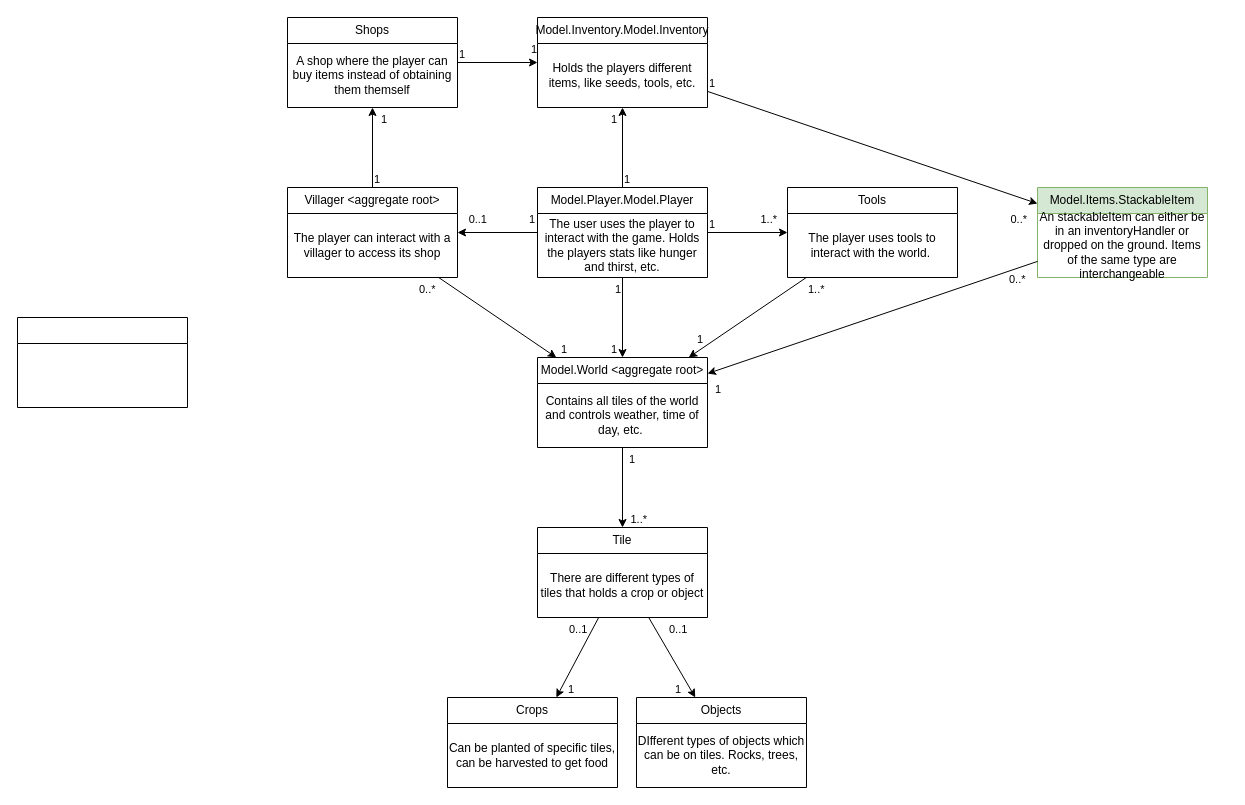
Above: Domainmodel.drawio in ErikFogelstrand/OOPP-eenn (draw.io), before the change. Source tidied: cells renumbered, new cells numbered last; positions are measured from the earlier drawing's top-left corner, leaving out a move shared by most shapes. Both pictures are drawn from the tidied source at 100%, with x=0, y=0 at pixel (17, 17).
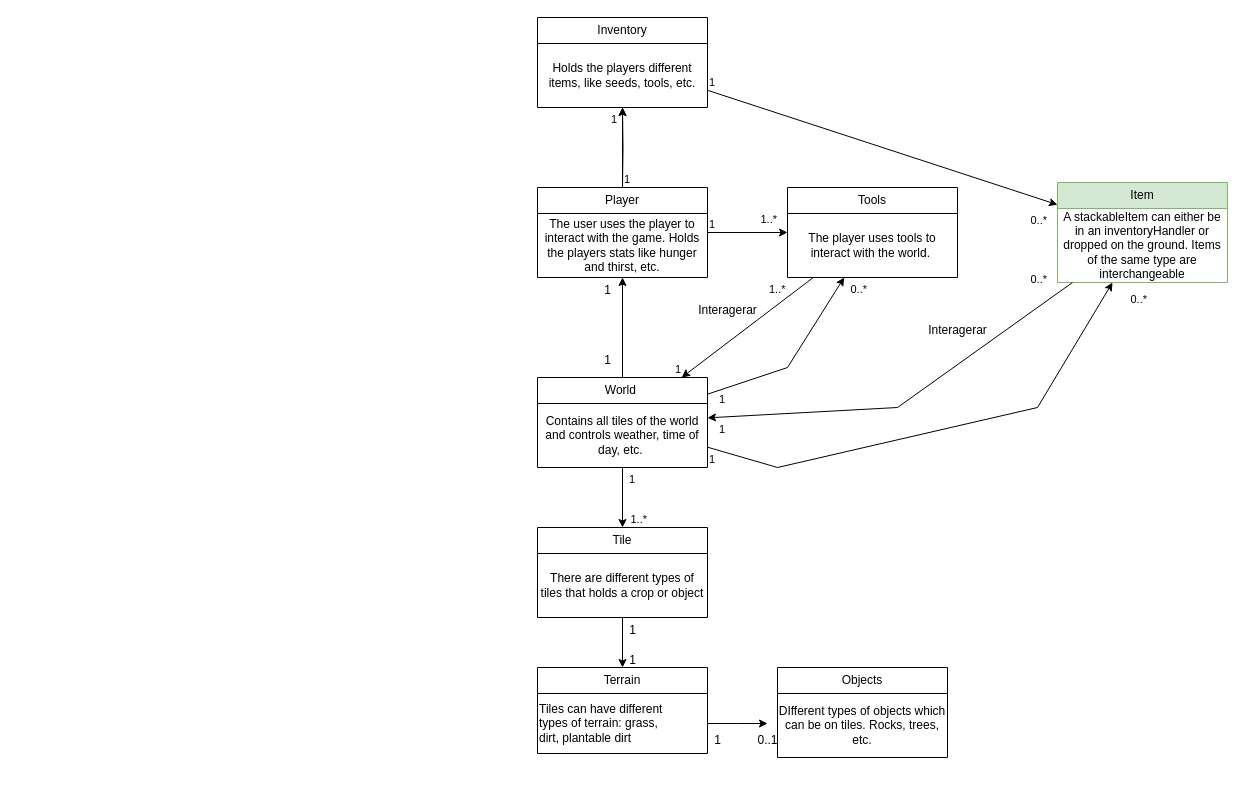
The same page after the edit.

The change refers to these unchanged cells:
```xml
<mxCell id="4" value="The user uses the player to interact with the game. Holds the players stats like hunger and thirst, etc." style="text;html=1;align=center;verticalAlign=middle;whiteSpace=wrap;rounded=0;" parent="3" vertex="1">
  <mxGeometry y="26" width="170" height="64" as="geometry" />
</mxCell>
<mxCell id="6" value="Holds the players different items, like seeds, tools, etc." style="text;html=1;align=center;verticalAlign=middle;whiteSpace=wrap;rounded=0;" parent="5" vertex="1">
  <mxGeometry y="26" width="170" height="64" as="geometry" />
</mxCell>
<mxCell id="9" value="Tile" style="swimlane;fontStyle=0;horizontal=1;startSize=26;fillColor=none;whiteSpace=wrap;html=1;" parent="1" vertex="1">
  <mxGeometry x="520" y="510" width="170" height="90" as="geometry" />
</mxCell>
<mxCell id="10" value="There are different types of tiles that holds a crop or object" style="text;html=1;align=center;verticalAlign=middle;whiteSpace=wrap;rounded=0;" parent="9" vertex="1">
  <mxGeometry y="26" width="170" height="64" as="geometry" />
</mxCell>
<mxCell id="15" value="Tools" style="swimlane;fontStyle=0;horizontal=1;startSize=26;fillColor=none;whiteSpace=wrap;html=1;" parent="1" vertex="1">
  <mxGeometry x="770" y="170" width="170" height="90" as="geometry" />
</mxCell>
```

The edit, as a diff of the source:
```diff
@@
-    <mxCell id="2" style="swimlane;fontStyle=0;horizontal=1;startSize=26;fillColor=none;whiteSpace=wrap;html=1;" parent="1" vertex="1">
-      <mxGeometry y="300" width="170" height="90" as="geometry" />
-    </mxCell>
-    <mxCell id="3" value="Model.Player.Model.Player" style="swimlane;fontStyle=0;horizontal=1;startSize=26;fillColor=none;whiteSpace=wrap;html=1;" parent="1" vertex="1">
+    <mxCell id="3" value="Player" style="swimlane;fontStyle=0;horizontal=1;startSize=26;fillColor=none;whiteSpace=wrap;html=1;" parent="1" vertex="1">
       <mxGeometry x="520" y="170" width="170" height="90" as="geometry" />
     </mxCell>
@@
-    <mxCell id="5" value="Model.Inventory.Model.Inventory" style="swimlane;fontStyle=0;horizontal=1;startSize=26;fillColor=none;whiteSpace=wrap;html=1;" parent="1" vertex="1">
+    <mxCell id="5" value="Inventory" style="swimlane;fontStyle=0;horizontal=1;startSize=26;fillColor=none;whiteSpace=wrap;html=1;" parent="1" vertex="1">
       <mxGeometry x="520" width="170" height="90" as="geometry" />
     </mxCell>
@@
+    <mxCell id="62" style="edgeStyle=orthogonalEdgeStyle;rounded=0;jettySize=auto;html=1;entryX=0.5;entryY=1;entryDx=0;entryDy=0;" parent="1" edge="1" source="7" target="4">
+      <mxGeometry relative="1" as="geometry" />
+    </mxCell>
-    <mxCell id="7" value="Model.World &amp;lt;aggregate root&amp;gt;" style="swimlane;fontStyle=0;horizontal=1;startSize=26;fillColor=none;whiteSpace=wrap;html=1;" parent="1" vertex="1">
-      <mxGeometry x="520" y="340" width="170" height="90" as="geometry" />
+    <mxCell id="7" value="World&amp;nbsp;" style="swimlane;fontStyle=0;horizontal=1;startSize=26;fillColor=none;whiteSpace=wrap;html=1;" parent="1" vertex="1">
+      <mxGeometry x="520" y="360" width="170" height="90" as="geometry" />
     </mxCell>
@@
-    <mxCell id="11" value="Crops" style="swimlane;fontStyle=0;horizontal=1;startSize=26;fillColor=none;whiteSpace=wrap;html=1;" parent="1" vertex="1">
-      <mxGeometry x="430" y="680" width="170" height="90" as="geometry" />
-    </mxCell>
-    <mxCell id="12" value="Can be planted of specific tiles, can be harvested to get food" style="text;html=1;align=center;verticalAlign=middle;whiteSpace=wrap;rounded=0;" parent="11" vertex="1">
-      <mxGeometry y="26" width="170" height="64" as="geometry" />
-    </mxCell>
-    <mxCell id="13" value="Villager &amp;lt;aggregate root&amp;gt;" style="swimlane;fontStyle=0;horizontal=1;startSize=26;fillColor=none;whiteSpace=wrap;html=1;" parent="1" vertex="1">
-      <mxGeometry x="270" y="170" width="170" height="90" as="geometry" />
-    </mxCell>
-    <mxCell id="14" value="The player can interact with a villager to access its shop" style="text;html=1;align=center;verticalAlign=middle;whiteSpace=wrap;rounded=0;" parent="13" vertex="1">
-      <mxGeometry y="26" width="170" height="64" as="geometry" />
-    </mxCell>
@@
-    <mxCell id="17" value="Shops" style="swimlane;fontStyle=0;horizontal=1;startSize=26;fillColor=none;whiteSpace=wrap;html=1;" parent="1" vertex="1">
-      <mxGeometry x="270" width="170" height="90" as="geometry" />
-    </mxCell>
-    <mxCell id="18" value="A shop where the player can buy items instead of obtaining them themself" style="text;html=1;align=center;verticalAlign=middle;whiteSpace=wrap;rounded=0;" parent="17" vertex="1">
-      <mxGeometry y="26" width="170" height="64" as="geometry" />
-    </mxCell>
     <mxCell id="19" value="Objects" style="swimlane;fontStyle=0;horizontal=1;startSize=26;fillColor=none;whiteSpace=wrap;html=1;" parent="1" vertex="1">
-      <mxGeometry x="619" y="680" width="170" height="90" as="geometry" />
+      <mxGeometry x="760" y="650" width="170" height="90" as="geometry" />
     </mxCell>
@@
-    <mxCell id="24" style="endArrow=classic;html=1;rounded=0;" parent="1" edge="1" source="9" target="11">
-      <mxGeometry relative="1" as="geometry" />
-    </mxCell>
-    <mxCell id="25" value="0..1" style="edgeLabel;html=1;align=left;verticalAlign=bottom;" parent="24" vertex="1">
-      <mxGeometry x="-1" relative="1" as="geometry">
-        <mxPoint x="-31" y="20" as="offset" />
-      </mxGeometry>
-    </mxCell>
-    <mxCell id="26" value="1" style="edgeLabel;html=1;align=right;verticalAlign=bottom;" parent="24" vertex="1">
-      <mxGeometry x="1" relative="1" as="geometry">
-        <mxPoint x="18" as="offset" />
-      </mxGeometry>
-    </mxCell>
-    <mxCell id="27" style="endArrow=classic;html=1;rounded=0;" parent="1" edge="1" source="9" target="19">
-      <mxGeometry relative="1" as="geometry" />
-    </mxCell>
-    <mxCell id="28" value="0..1" style="edgeLabel;html=1;align=left;verticalAlign=bottom;" parent="27" vertex="1">
-      <mxGeometry x="-1" relative="1" as="geometry">
-        <mxPoint x="19" y="20" as="offset" />
-      </mxGeometry>
-    </mxCell>
-    <mxCell id="29" value="1" style="edgeLabel;html=1;align=right;verticalAlign=bottom;" parent="27" vertex="1">
-      <mxGeometry x="1" relative="1" as="geometry">
-        <mxPoint x="-14" as="offset" />
-      </mxGeometry>
-    </mxCell>
-    <mxCell id="30" style="endArrow=classic;html=1;rounded=0;" parent="1" edge="1" source="15" target="7">
-      <mxGeometry relative="1" as="geometry" />
-    </mxCell>
-    <mxCell id="31" value="1..*" style="edgeLabel;html=1;align=left;verticalAlign=bottom;" parent="30" vertex="1">
-      <mxGeometry x="-1" relative="1" as="geometry">
-        <mxPoint y="20" as="offset" />
-      </mxGeometry>
-    </mxCell>
-    <mxCell id="32" value="1" style="edgeLabel;html=1;align=right;verticalAlign=bottom;" parent="30" vertex="1">
-      <mxGeometry x="1" relative="1" as="geometry">
-        <mxPoint x="15" y="-10" as="offset" />
-      </mxGeometry>
-    </mxCell>
-    <mxCell id="33" style="endArrow=classic;html=1;rounded=0;" parent="1" edge="1" source="3" target="7">
-      <mxGeometry relative="1" as="geometry" />
-    </mxCell>
-    <mxCell id="34" value="1" style="edgeLabel;html=1;align=left;verticalAlign=bottom;" parent="33" vertex="1">
-      <mxGeometry x="-1" relative="1" as="geometry">
-        <mxPoint x="-9" y="20" as="offset" />
-      </mxGeometry>
-    </mxCell>
-    <mxCell id="35" value="1" style="edgeLabel;html=1;align=right;verticalAlign=bottom;" parent="33" vertex="1">
-      <mxGeometry x="1" relative="1" as="geometry">
-        <mxPoint x="-5" as="offset" />
-      </mxGeometry>
-    </mxCell>
@@
-    <mxCell id="39" style="endArrow=classic;html=1;rounded=0;" parent="1" edge="1" source="13" target="7">
-      <mxGeometry relative="1" as="geometry" />
-    </mxCell>
-    <mxCell id="40" value="0..*" style="edgeLabel;html=1;align=left;verticalAlign=bottom;" parent="39" vertex="1">
-      <mxGeometry x="-1" relative="1" as="geometry">
-        <mxPoint x="-21" y="20" as="offset" />
-      </mxGeometry>
-    </mxCell>
-    <mxCell id="41" value="1" style="edgeLabel;html=1;align=right;verticalAlign=bottom;" parent="39" vertex="1">
-      <mxGeometry x="1" relative="1" as="geometry">
-        <mxPoint x="11" as="offset" />
-      </mxGeometry>
-    </mxCell>
-    <mxCell id="42" style="endArrow=classic;html=1;rounded=0;" parent="1" edge="1" source="13" target="17">
-      <mxGeometry relative="1" as="geometry" />
-    </mxCell>
-    <mxCell id="43" value="1" style="edgeLabel;html=1;align=left;verticalAlign=bottom;" parent="42" vertex="1">
-      <mxGeometry x="-1" relative="1" as="geometry" />
-    </mxCell>
-    <mxCell id="44" value="1" style="edgeLabel;html=1;align=right;verticalAlign=bottom;" parent="42" vertex="1">
-      <mxGeometry x="1" relative="1" as="geometry">
-        <mxPoint x="15" y="20" as="offset" />
-      </mxGeometry>
-    </mxCell>
-    <mxCell id="45" value="Model.Items.StackableItem" style="swimlane;fontStyle=0;horizontal=1;startSize=26;fillColor=#d5e8d4;whiteSpace=wrap;html=1;strokeColor=#82b366;" parent="1" vertex="1">
-      <mxGeometry x="1020" y="170" width="170" height="90" as="geometry" />
+    <mxCell id="45" value="Item" style="swimlane;fontStyle=0;horizontal=1;startSize=26;fillColor=#d5e8d4;whiteSpace=wrap;html=1;strokeColor=#82b366;" parent="1" vertex="1">
+      <mxGeometry x="1040" y="165" width="170" height="100" as="geometry" />
     </mxCell>
-    <mxCell id="46" value="An stackableItem can either be in an inventoryHandler or dropped on the ground. Items of the same type are interchangeable" style="text;html=1;align=center;verticalAlign=middle;whiteSpace=wrap;rounded=0;" parent="45" vertex="1">
-      <mxGeometry y="26" width="170" height="64" as="geometry" />
+    <mxCell id="46" value="A stackableItem can either be in an inventoryHandler or dropped on the ground. Items of the same type are interchangeable" style="text;html=1;align=center;verticalAlign=middle;whiteSpace=wrap;rounded=0;" parent="45" vertex="1">
+      <mxGeometry y="26" width="170" height="74" as="geometry" />
     </mxCell>
-    <mxCell id="47" style="endArrow=classic;html=1;rounded=0;" parent="1" edge="1" source="17" target="5">
-      <mxGeometry relative="1" as="geometry" />
-    </mxCell>
-    <mxCell id="48" value="1" style="edgeLabel;html=1;align=left;verticalAlign=bottom;" parent="47" vertex="1">
-      <mxGeometry x="-1" relative="1" as="geometry" />
-    </mxCell>
-    <mxCell id="49" value="1" style="edgeLabel;html=1;align=right;verticalAlign=bottom;" parent="47" vertex="1">
-      <mxGeometry x="1" relative="1" as="geometry">
-        <mxPoint y="-5" as="offset" />
-      </mxGeometry>
-    </mxCell>
@@
-    <mxCell id="53" style="endArrow=classic;html=1;rounded=0;" parent="1" edge="1" source="3" target="13">
-      <mxGeometry relative="1" as="geometry" />
-    </mxCell>
-    <mxCell id="54" value="1" style="edgeLabel;html=1;align=left;verticalAlign=bottom;" parent="53" vertex="1">
-      <mxGeometry x="-1" relative="1" as="geometry">
-        <mxPoint x="-10" y="-5" as="offset" />
-      </mxGeometry>
-    </mxCell>
-    <mxCell id="55" value="0..1" style="edgeLabel;html=1;align=right;verticalAlign=bottom;" parent="53" vertex="1">
-      <mxGeometry x="1" relative="1" as="geometry">
-        <mxPoint x="30" y="-5" as="offset" />
-      </mxGeometry>
-    </mxCell>
@@
+    <mxCell id="63" style="edgeStyle=orthogonalEdgeStyle;rounded=0;jettySize=auto;html=1;" parent="1" edge="1" target="6">
+      <mxGeometry relative="1" as="geometry">
+        <mxPoint x="605" y="170" as="sourcePoint" />
+      </mxGeometry>
+    </mxCell>
+    <mxCell id="64" value="Terrain" style="swimlane;fontStyle=0;horizontal=1;startSize=26;fillColor=none;whiteSpace=wrap;html=1;" parent="1" vertex="1">
+      <mxGeometry x="520" y="650" width="170" height="86" as="geometry" />
+    </mxCell>
+    <mxCell id="65" style="edgeStyle=orthogonalEdgeStyle;rounded=0;jettySize=auto;html=1;" parent="64" edge="1" source="66">
+      <mxGeometry relative="1" as="geometry">
+        <mxPoint x="230" y="56" as="targetPoint" />
+      </mxGeometry>
+    </mxCell>
+    <mxCell id="66" value="&lt;div style=&quot;&quot;&gt;Tiles can have different&amp;nbsp;&lt;/div&gt;&lt;div style=&quot;&quot;&gt;types of terrain: grass,&amp;nbsp;&lt;/div&gt;&lt;div style=&quot;&quot;&gt;dirt, plantable dirt&lt;/div&gt;" style="text;html=1;align=left;verticalAlign=middle;points=[];strokeColor=none;fillColor=none;" parent="64" vertex="1">
+      <mxGeometry y="26" width="170" height="60" as="geometry" />
+    </mxCell>
+    <mxCell id="67" value="Interagerar" style="text;html=1;align=center;verticalAlign=middle;strokeColor=none;fillColor=none;" parent="1" vertex="1">
+      <mxGeometry x="670" y="278" width="80" height="30" as="geometry" />
+    </mxCell>
+    <mxCell id="68" style="edgeStyle=orthogonalEdgeStyle;rounded=0;jettySize=auto;html=1;entryX=0.5;entryY=0;entryDx=0;entryDy=0;" parent="1" edge="1" source="10" target="64">
+      <mxGeometry relative="1" as="geometry" />
+    </mxCell>
+    <mxCell id="69" value="1" style="text;html=1;align=center;verticalAlign=middle;strokeColor=none;fillColor=none;" parent="1" vertex="1">
+      <mxGeometry x="600" y="598" width="30" height="30" as="geometry" />
+    </mxCell>
+    <mxCell id="70" value="1" style="text;html=1;align=center;verticalAlign=middle;strokeColor=none;fillColor=none;" parent="1" vertex="1">
+      <mxGeometry x="600" y="628" width="30" height="30" as="geometry" />
+    </mxCell>
+    <mxCell id="71" value="1" style="text;html=1;align=center;verticalAlign=middle;strokeColor=none;fillColor=none;" parent="1" vertex="1">
+      <mxGeometry x="685" y="708" width="30" height="30" as="geometry" />
+    </mxCell>
+    <mxCell id="72" value="0..1" style="text;html=1;align=center;verticalAlign=middle;strokeColor=none;fillColor=none;" parent="1" vertex="1">
+      <mxGeometry x="730" y="708" width="40" height="30" as="geometry" />
+    </mxCell>
+    <mxCell id="73" value="1" style="text;html=1;align=center;verticalAlign=middle;strokeColor=none;fillColor=none;" parent="1" vertex="1">
+      <mxGeometry x="575" y="328" width="30" height="30" as="geometry" />
+    </mxCell>
+    <mxCell id="74" value="1" style="text;html=1;align=center;verticalAlign=middle;strokeColor=none;fillColor=none;" parent="1" vertex="1">
+      <mxGeometry x="575" y="258" width="30" height="30" as="geometry" />
+    </mxCell>
+    <mxCell id="75" style="endArrow=classic;html=1;rounded=0;" parent="1" edge="1" source="7" target="15">
+      <mxGeometry relative="1" as="geometry">
+        <Array as="points">
+          <mxPoint x="770" y="350" />
+        </Array>
+      </mxGeometry>
+    </mxCell>
+    <mxCell id="76" value="1" style="edgeLabel;html=1;align=left;verticalAlign=bottom;" parent="75" vertex="1">
+      <mxGeometry x="-1" relative="1" as="geometry">
+        <mxPoint x="10" y="13" as="offset" />
+      </mxGeometry>
+    </mxCell>
+    <mxCell id="77" value="0..*" style="edgeLabel;html=1;align=right;verticalAlign=bottom;" parent="75" vertex="1">
+      <mxGeometry x="1" relative="1" as="geometry">
+        <mxPoint x="23" y="20" as="offset" />
+      </mxGeometry>
+    </mxCell>
+    <mxCell id="30" style="endArrow=classic;html=1;rounded=0;" parent="1" edge="1" source="15" target="7">
+      <mxGeometry relative="1" as="geometry" />
+    </mxCell>
+    <mxCell id="31" value="1..*" style="edgeLabel;html=1;align=left;verticalAlign=bottom;" parent="30" vertex="1">
+      <mxGeometry x="-1" relative="1" as="geometry">
+        <mxPoint x="-46" y="20" as="offset" />
+      </mxGeometry>
+    </mxCell>
+    <mxCell id="78" value="1" style="edgeLabel;html=1;align=right;verticalAlign=bottom;" parent="30" vertex="1">
+      <mxGeometry x="1" relative="1" as="geometry" />
+    </mxCell>
     <mxCell id="59" style="endArrow=classic;html=1;rounded=0;" parent="1" edge="1" source="45" target="7">
-      <mxGeometry relative="1" as="geometry" />
+      <mxGeometry relative="1" as="geometry">
+        <Array as="points">
+          <mxPoint x="880" y="390" />
+        </Array>
+      </mxGeometry>
     </mxCell>
-    <mxCell id="60" value="0..*" style="edgeLabel;html=1;align=left;verticalAlign=bottom;" parent="59" vertex="1">
-      <mxGeometry x="-1" relative="1" as="geometry">
-        <mxPoint x="-30" y="26" as="offset" />
-      </mxGeometry>
-    </mxCell>
-    <mxCell id="61" value="1" style="edgeLabel;html=1;align=right;verticalAlign=bottom;" parent="59" vertex="1">
-      <mxGeometry x="1" relative="1" as="geometry">
-        <mxPoint x="14" y="24" as="offset" />
-      </mxGeometry>
-    </mxCell>
+    <mxCell id="79" value="1" style="edgeLabel;html=1;align=left;verticalAlign=bottom;" parent="59" vertex="1">
+      <mxGeometry x="-1" relative="1" as="geometry">
+        <mxPoint x="-355" y="155" as="offset" />
+      </mxGeometry>
+    </mxCell>
+    <mxCell id="80" value="0..*" style="edgeLabel;html=1;align=right;verticalAlign=bottom;" parent="59" vertex="1">
+      <mxGeometry x="1" relative="1" as="geometry">
+        <mxPoint x="340" y="-130" as="offset" />
+      </mxGeometry>
+    </mxCell>
+    <mxCell id="81" style="endArrow=classic;html=1;rounded=0;" parent="1" edge="1" source="7" target="45">
+      <mxGeometry relative="1" as="geometry">
+        <Array as="points">
+          <mxPoint x="760" y="450" />
+          <mxPoint x="1020" y="390" />
+        </Array>
+      </mxGeometry>
+    </mxCell>
+    <mxCell id="82" value="1" style="edgeLabel;html=1;align=left;verticalAlign=bottom;" parent="81" vertex="1">
+      <mxGeometry x="-1" relative="1" as="geometry">
+        <mxPoint y="20" as="offset" />
+      </mxGeometry>
+    </mxCell>
+    <mxCell id="83" value="0..*" style="edgeLabel;html=1;align=right;verticalAlign=bottom;" parent="81" vertex="1">
+      <mxGeometry x="1" relative="1" as="geometry">
+        <mxPoint x="35" y="25" as="offset" />
+      </mxGeometry>
+    </mxCell>
+    <mxCell id="84" value="Interagerar" style="text;html=1;align=center;verticalAlign=middle;strokeColor=none;fillColor=none;" parent="1" vertex="1">
+      <mxGeometry x="900" y="298" width="80" height="30" as="geometry" />
+    </mxCell>
```
